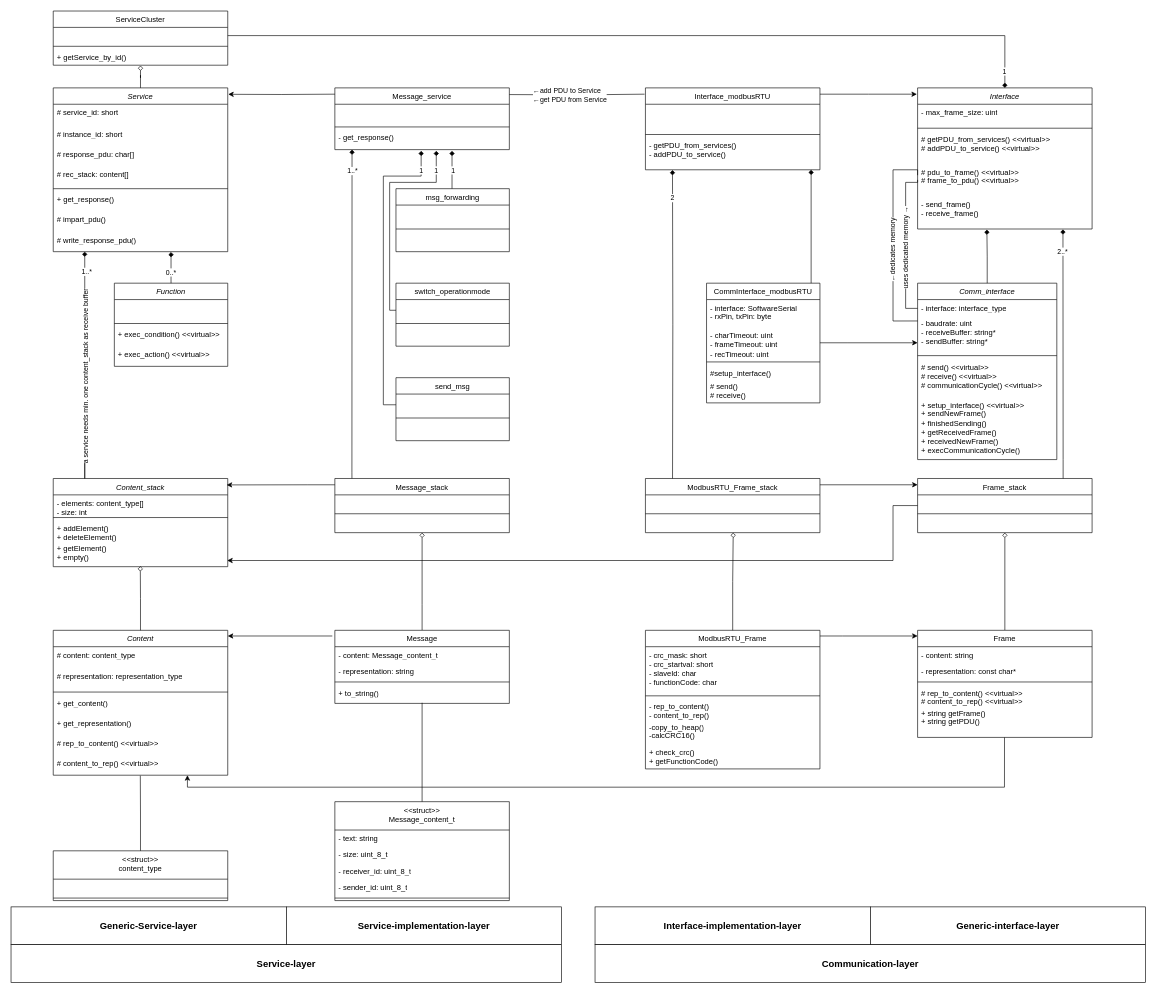
This is modbus_classdiagram.drawio from F-L-X-S/BusBricks, a draw.io file, before an edit. Source tidied: cells renumbered, new cells numbered last; positions are measured from the earlier drawing's top-left corner, leaving out a move shared by most shapes. Both pictures are drawn from the tidied source at 63%, with x=0, y=0 at pixel (11, 11).
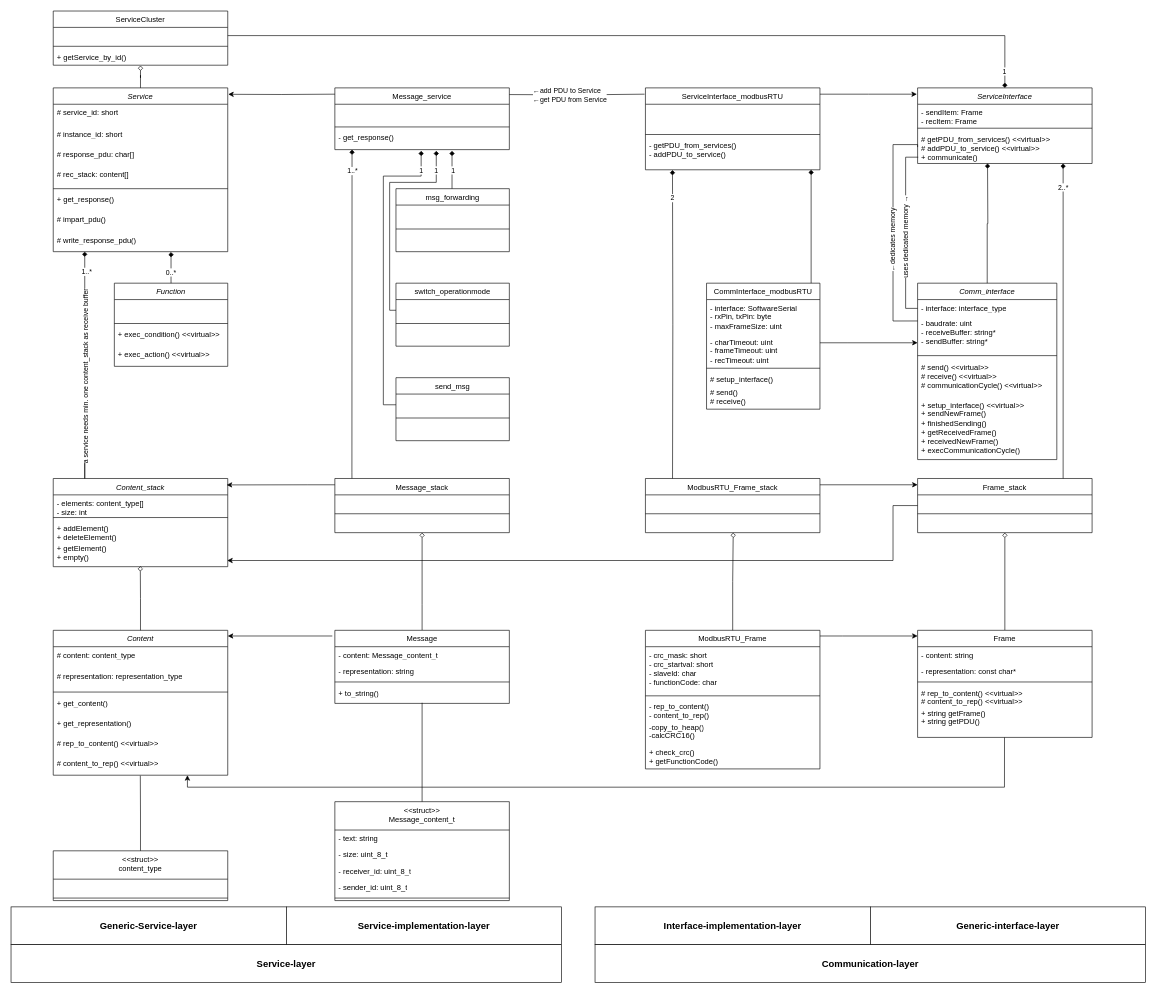
Above is the later version.

Commit message (it also covers changes not shown here):
ServiceInterface-Template

Unchanged cells that the change refers to:
```xml
<mxCell id="104" value="&lt;span style=&quot;font-weight: 400;&quot;&gt;&lt;i&gt;Comm_interface&lt;/i&gt;&lt;/span&gt;" style="swimlane;fontStyle=1;align=center;verticalAlign=top;horizontal=1;startSize=26;whiteSpace=wrap;html=1;" parent="1" vertex="1">
  <mxGeometry x="1439" y="432" width="221" height="280" as="geometry" />
</mxCell>
<mxCell id="105" value="&lt;div&gt;&lt;span style=&quot;background-color: initial;&quot;&gt;- interface: interface_type&lt;/span&gt;&lt;br&gt;&lt;/div&gt;" style="text;strokeColor=none;fillColor=none;align=left;verticalAlign=top;spacingLeft=4;spacingRight=4;overflow=hidden;points=[[0,0.5],[1,0.5]];portConstraint=eastwest;whiteSpace=wrap;html=1;" parent="104" vertex="1">
  <mxGeometry y="26" width="221" height="24" as="geometry" />
</mxCell>
<mxCell id="106" value="&lt;div&gt;&lt;span style=&quot;background-color: initial;&quot;&gt;- baudrate: uint&lt;/span&gt;&lt;br&gt;&lt;/div&gt;&lt;div&gt;&lt;div&gt;- receiveBuffer: string*&lt;/div&gt;&lt;div&gt;- sendBuffer: string*&lt;/div&gt;&lt;/div&gt;" style="text;strokeColor=none;fillColor=none;align=left;verticalAlign=top;spacingLeft=4;spacingRight=4;overflow=hidden;points=[[0,0.5],[1,0.5]];portConstraint=eastwest;whiteSpace=wrap;html=1;" parent="104" vertex="1">
  <mxGeometry y="50" width="221" height="60" as="geometry" />
</mxCell>
<mxCell id="114" value="&lt;span style=&quot;font-weight: 400;&quot;&gt;Frame_stack&lt;/span&gt;" style="swimlane;fontStyle=1;align=center;verticalAlign=top;horizontal=1;startSize=26;whiteSpace=wrap;html=1;" parent="1" vertex="1">
  <mxGeometry x="1439" y="742" width="277" height="86" as="geometry" />
</mxCell>
```

The edit, as a diff of the source:
```diff
@@
-    <mxCell id="2" value="&lt;span style=&quot;font-weight: normal;&quot;&gt;&lt;i&gt;Interface&lt;/i&gt;&lt;/span&gt;" style="swimlane;fontStyle=1;align=center;verticalAlign=top;horizontal=1;startSize=26;whiteSpace=wrap;html=1;" parent="1" vertex="1">
-      <mxGeometry x="1439" y="122" width="277" height="224" as="geometry" />
+    <mxCell id="2" value="&lt;span style=&quot;font-weight: normal;&quot;&gt;&lt;i&gt;ServiceInterface&lt;/i&gt;&lt;/span&gt;" style="swimlane;fontStyle=1;align=center;verticalAlign=top;horizontal=1;startSize=26;whiteSpace=wrap;html=1;" parent="1" vertex="1">
+      <mxGeometry x="1439" y="122" width="277" height="120" as="geometry" />
     </mxCell>
-    <mxCell id="3" value="&lt;span style=&quot;background-color: initial;&quot;&gt;- max_frame_size: uint&lt;/span&gt;&lt;br&gt;&lt;div&gt;&lt;br&gt;&lt;/div&gt;" style="text;strokeColor=none;fillColor=none;align=left;verticalAlign=top;spacingLeft=4;spacingRight=4;overflow=hidden;whiteSpace=wrap;html=1;" parent="2" vertex="1">
+    <mxCell id="3" value="- sendItem: Frame&lt;br&gt;- recItem: Frame" style="text;strokeColor=none;fillColor=none;align=left;verticalAlign=top;spacingLeft=4;spacingRight=4;overflow=hidden;whiteSpace=wrap;html=1;" parent="2" vertex="1">
       <mxGeometry y="26" width="277" height="34" as="geometry" />
     </mxCell>
@@
-    <mxCell id="5" value="# getPDU_from_services() &amp;lt;&amp;lt;virtual&amp;gt;&amp;gt;&lt;br&gt;# addPDU_to_service() &amp;lt;&amp;lt;virtual&amp;gt;&amp;gt;" style="text;strokeColor=none;fillColor=none;align=left;verticalAlign=top;spacingLeft=4;spacingRight=4;overflow=hidden;points=[[0,0.5],[1,0.5]];portConstraint=eastwest;whiteSpace=wrap;html=1;" parent="2" vertex="1">
+    <mxCell id="5" value="# getPDU_from_services() &amp;lt;&amp;lt;virtual&amp;gt;&amp;gt;&lt;br&gt;# addPDU_to_service() &amp;lt;&amp;lt;virtual&amp;gt;&amp;gt;&lt;br&gt;+ communicate()" style="text;strokeColor=none;fillColor=none;align=left;verticalAlign=top;spacingLeft=4;spacingRight=4;overflow=hidden;points=[[0,0.5],[1,0.5]];portConstraint=eastwest;whiteSpace=wrap;html=1;" parent="2" vertex="1">
       <mxGeometry y="68" width="277" height="52" as="geometry" />
     </mxCell>
-    <mxCell id="6" value="# pdu_to_frame() &amp;lt;&amp;lt;virtual&amp;gt;&amp;gt;&lt;br&gt;# frame_to_pdu() &amp;lt;&amp;lt;virtual&amp;gt;&amp;gt;" style="text;strokeColor=none;fillColor=none;align=left;verticalAlign=top;spacingLeft=4;spacingRight=4;overflow=hidden;points=[[0,0.5],[1,0.5]];portConstraint=eastwest;whiteSpace=wrap;html=1;" parent="2" vertex="1">
-      <mxGeometry y="120" width="277" height="52" as="geometry" />
-    </mxCell>
-    <mxCell id="7" value="- send_frame()&amp;nbsp;&lt;br&gt;- receive_frame()&amp;nbsp;" style="text;strokeColor=none;fillColor=none;align=left;verticalAlign=top;spacingLeft=4;spacingRight=4;overflow=hidden;points=[[0,0.5],[1,0.5]];portConstraint=eastwest;whiteSpace=wrap;html=1;" parent="2" vertex="1">
-      <mxGeometry y="172" width="277" height="52" as="geometry" />
-    </mxCell>
     <mxCell id="8" value="&lt;span style=&quot;font-weight: normal;&quot;&gt;CommInterface_modbusRTU&lt;/span&gt;" style="swimlane;fontStyle=1;align=center;verticalAlign=top;horizontal=1;startSize=26;whiteSpace=wrap;html=1;" parent="1" vertex="1">
-      <mxGeometry x="1104" y="432" width="180" height="190" as="geometry" />
+      <mxGeometry x="1104" y="432" width="180" height="200" as="geometry" />
     </mxCell>
-    <mxCell id="9" value="&lt;div&gt;&lt;span style=&quot;background-color: initial;&quot;&gt;- interface: SoftwareSerial&lt;/span&gt;&lt;br&gt;&lt;/div&gt;&lt;div&gt;&lt;span style=&quot;background-color: initial;&quot;&gt;- rxPin, txPin: byte&lt;/span&gt;&lt;/div&gt;" style="text;strokeColor=none;fillColor=none;align=left;verticalAlign=top;spacingLeft=4;spacingRight=4;overflow=hidden;whiteSpace=wrap;html=1;" parent="8" vertex="1">
-      <mxGeometry y="26" width="180" height="44" as="geometry" />
+    <mxCell id="9" value="&lt;div&gt;&lt;span style=&quot;background-color: initial;&quot;&gt;- interface: SoftwareSerial&lt;/span&gt;&lt;br&gt;&lt;/div&gt;&lt;div&gt;&lt;span style=&quot;background-color: initial;&quot;&gt;- rxPin, txPin: byte&lt;/span&gt;&lt;/div&gt;&lt;div&gt;- maxFrameSize: uint&lt;span style=&quot;background-color: initial;&quot;&gt;&lt;br&gt;&lt;/span&gt;&lt;/div&gt;" style="text;strokeColor=none;fillColor=none;align=left;verticalAlign=top;spacingLeft=4;spacingRight=4;overflow=hidden;whiteSpace=wrap;html=1;" parent="8" vertex="1">
+      <mxGeometry y="26" width="180" height="54" as="geometry" />
     </mxCell>
     <mxCell id="10" value="&lt;div&gt;&lt;span style=&quot;background-color: initial;&quot;&gt;- charTimeout: uint&lt;/span&gt;&lt;br&gt;&lt;/div&gt;&lt;div&gt;- frameTimeout: uint&lt;/div&gt;&lt;div&gt;- recTimeout: uint&lt;/div&gt;" style="text;strokeColor=none;fillColor=none;align=left;verticalAlign=top;spacingLeft=4;spacingRight=4;overflow=hidden;whiteSpace=wrap;html=1;" parent="8" vertex="1">
-      <mxGeometry y="70" width="180" height="50" as="geometry" />
+      <mxGeometry y="80" width="180" height="50" as="geometry" />
     </mxCell>
     <mxCell id="11" style="line;strokeWidth=1;fillColor=none;align=left;verticalAlign=middle;spacingTop=-1;spacingLeft=3;spacingRight=3;labelPosition=right;strokeColor=inherit;" parent="8" vertex="1">
-      <mxGeometry y="120" width="180" height="10" as="geometry" />
+      <mxGeometry y="130" width="180" height="10" as="geometry" />
     </mxCell>
-    <mxCell id="12" value="#setup_interface()" style="text;strokeColor=none;fillColor=none;align=left;verticalAlign=top;spacingLeft=4;spacingRight=4;overflow=hidden;whiteSpace=wrap;html=1;" parent="8" vertex="1">
-      <mxGeometry y="130" width="180" height="20" as="geometry" />
+    <mxCell id="12" value="# setup_interface()" style="text;strokeColor=none;fillColor=none;align=left;verticalAlign=top;spacingLeft=4;spacingRight=4;overflow=hidden;whiteSpace=wrap;html=1;" parent="8" vertex="1">
+      <mxGeometry y="140" width="180" height="20" as="geometry" />
     </mxCell>
     <mxCell id="13" value="# send()&amp;nbsp;&lt;div&gt;# receive()&lt;br&gt;&lt;/div&gt;" style="text;strokeColor=none;fillColor=none;align=left;verticalAlign=top;spacingLeft=4;spacingRight=4;overflow=hidden;whiteSpace=wrap;html=1;" parent="8" vertex="1">
-      <mxGeometry y="150" width="180" height="40" as="geometry" />
+      <mxGeometry y="160" width="180" height="40" as="geometry" />
     </mxCell>
@@
-    <mxCell id="100" value="&lt;span style=&quot;font-weight: normal;&quot;&gt;Interface_modbusRTU&lt;/span&gt;" style="swimlane;fontStyle=1;align=center;verticalAlign=top;horizontal=1;startSize=26;whiteSpace=wrap;html=1;" parent="1" vertex="1">
+    <mxCell id="100" value="&lt;span style=&quot;font-weight: normal;&quot;&gt;ServiceInterface_modbusRTU&lt;/span&gt;" style="swimlane;fontStyle=1;align=center;verticalAlign=top;horizontal=1;startSize=26;whiteSpace=wrap;html=1;" parent="1" vertex="1">
       <mxGeometry x="1007" y="122" width="277" height="130" as="geometry" />
     </mxCell>
@@
-    <mxCell id="112" style="edgeStyle=orthogonalEdgeStyle;rounded=0;jettySize=auto;html=1;entryX=0.397;entryY=1.019;entryDx=0;entryDy=0;entryPerimeter=0;endArrow=diamond;endFill=1;" parent="1" edge="1" source="104" target="7">
-      <mxGeometry relative="1" as="geometry" />
+    <mxCell id="112" style="edgeStyle=orthogonalEdgeStyle;rounded=0;jettySize=auto;html=1;endArrow=diamond;endFill=1;" parent="1" edge="1" source="104">
+      <mxGeometry relative="1" as="geometry">
+        <mxPoint x="1550" y="242" as="targetPoint" />
+      </mxGeometry>
     </mxCell>
@@
-    <mxCell id="118" style="edgeStyle=orthogonalEdgeStyle;rounded=0;jettySize=auto;html=1;entryX=0.833;entryY=1.013;entryDx=0;entryDy=0;entryPerimeter=0;endArrow=diamond;endFill=1;" parent="1" edge="1" source="114" target="7">
+    <mxCell id="118" style="edgeStyle=orthogonalEdgeStyle;rounded=0;jettySize=auto;html=1;endArrow=diamond;endFill=1;" parent="1" edge="1" source="114">
       <mxGeometry relative="1" as="geometry">
+        <mxPoint x="1670" y="242" as="targetPoint" />
         <Array as="points">
-          <mxPoint x="1670" y="712" />
-          <mxPoint x="1670" y="712" />
+          <mxPoint x="1670" y="246" />
         </Array>
       </mxGeometry>
     </mxCell>
@@
-    <mxCell id="154" style="edgeStyle=orthogonalEdgeStyle;rounded=0;jettySize=auto;html=1;entryX=0;entryY=0.5;entryDx=0;entryDy=0;endArrow=none;endFill=0;" parent="1" edge="1" source="105" target="6">
+    <mxCell id="154" style="edgeStyle=orthogonalEdgeStyle;rounded=0;jettySize=auto;html=1;endArrow=none;endFill=0;" parent="1" edge="1" source="105">
       <mxGeometry relative="1" as="geometry">
+        <mxPoint x="1440" y="232" as="targetPoint" />
         <Array as="points">
           <mxPoint x="1420" y="472" />
-          <mxPoint x="1420" y="272" />
-          <mxPoint x="1439" y="272" />
+          <mxPoint x="1420" y="232" />
+          <mxPoint x="1439" y="232" />
         </Array>
       </mxGeometry>
     </mxCell>
@@
-    <mxCell id="156" style="edgeStyle=orthogonalEdgeStyle;rounded=0;jettySize=auto;html=1;entryX=0;entryY=0.357;entryDx=0;entryDy=0;endArrow=none;endFill=0;entryPerimeter=0;exitX=0.001;exitY=0.166;exitDx=0;exitDy=0;exitPerimeter=0;" parent="1" edge="1" source="106" target="6">
+    <mxCell id="156" style="edgeStyle=orthogonalEdgeStyle;rounded=0;jettySize=auto;html=1;entryX=0;entryY=0.5;entryDx=0;entryDy=0;endArrow=none;endFill=0;exitX=0.001;exitY=0.166;exitDx=0;exitDy=0;exitPerimeter=0;" parent="1" edge="1" source="106" target="5">
       <mxGeometry relative="1" as="geometry">
         <Array as="points">
           <mxPoint x="1400" y="492" />
-          <mxPoint x="1400" y="252" />
-          <mxPoint x="1439" y="252" />
+          <mxPoint x="1400" y="212" />
+          <mxPoint x="1439" y="212" />
         </Array>
       </mxGeometry>
     </mxCell>
```
